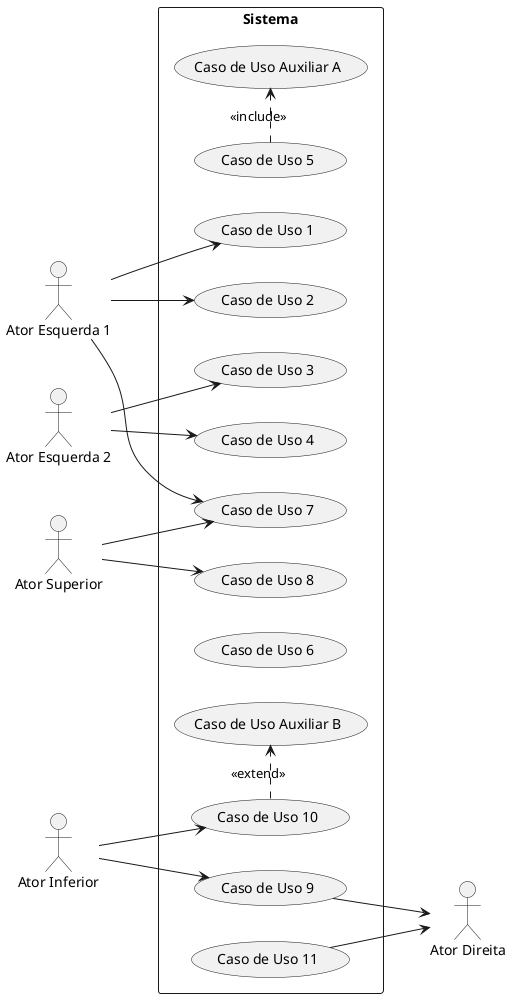
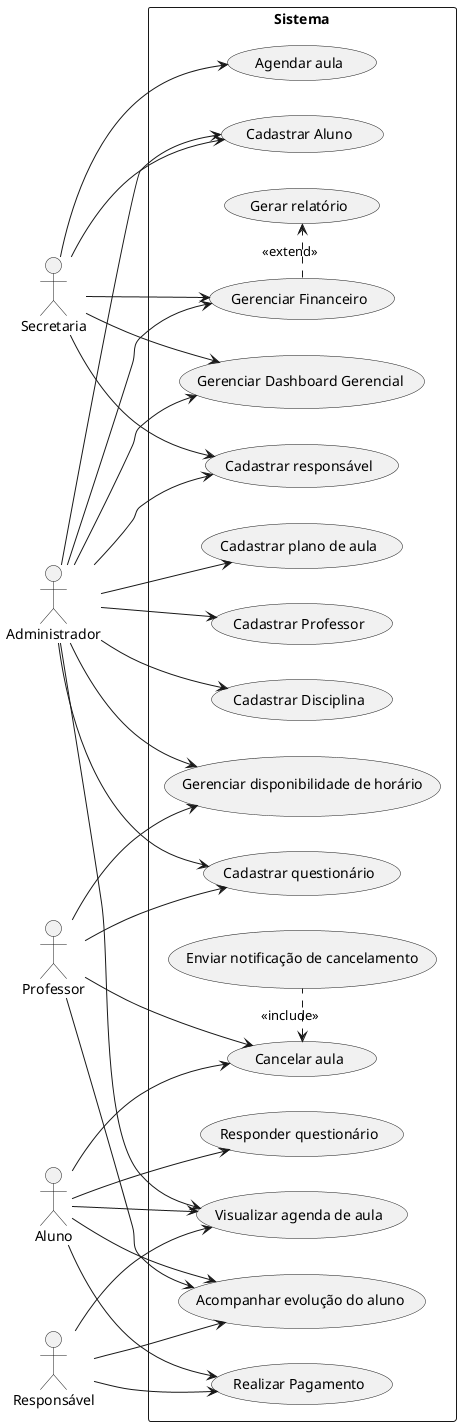
@startuml usecases
left to right direction

' --- ATORES ---
' Atores do lado esquerdo
- actor "Ator Esquerda 1" as AtorEsq1
- actor "Ator Esquerda 2" as AtorEsq2
+ actor "Administrador" as Admin
+ actor "Professor" as Professor

' Ator Superior e Inferior
- actor "Ator Superior" as AtorSup
- actor "Ator Inferior" as AtorInf
+ actor "Aluno" as Aluno
+ actor "Responsável" as Responsavel

' Ator do lado direito
- actor "Ator Direita" as AtorDir
+ actor "Secretaria" as Secretaria

' --- LIMITE DO SISTEMA ---
rectangle "Sistema" {

    ' Casos de Uso - Coluna Esquerda
-     usecase "Caso de Uso 1" as UC1
-     usecase "Caso de Uso 2" as UC2
-     usecase "Caso de Uso 3" as UC3
-     usecase "Caso de Uso 4" as UC4
-     usecase "Caso de Uso 5" as UC5
-     usecase "Caso de Uso 6" as UC6
+     usecase "Realizar Pagamento" as UC1
+     usecase "Acompanhar evolução do aluno" as UC2
+     usecase "Agendar aula" as UC3
+     usecase "Visualizar agenda de aula" as UC4
+     usecase "Cadastrar Disciplina" as UC5
+     usecase "Cadastrar plano de aula" as UC6

    ' Casos de Uso - Coluna Centro/Direita
-     usecase "Caso de Uso 7" as UC7
-     usecase "Caso de Uso 8" as UC8
-     usecase "Caso de Uso 9" as UC9
-     usecase "Caso de Uso 10" as UC10
-     usecase "Caso de Uso 11" as UC11
+     usecase "Cadastrar responsável" as UC7
+     usecase "Cadastrar Aluno" as UC8
+     usecase "Cadastrar Professor" as UC9
+     usecase "Gerenciar Financeiro" as UC10
+     usecase "Gerenciar Dashboard Gerencial" as UC11
+     usecase "Responder questionário" as UC12
+     usecase "Gerenciar disponibilidade de horário" as UC13
+     usecase "Cadastrar questionário" as UC14
+     usecase "Cancelar aula" as UC15

    ' Casos de uso avulsos que recebem setas tracejadas (includes/extends)
-     usecase "Caso de Uso Auxiliar A" as UCAuxA
-     usecase "Caso de Uso Auxiliar B" as UCAuxB
+     usecase "Enviar notificação de cancelamento" as UCAuxA
+     usecase "Gerar relatório" as UCAuxB
+ 
}

' --- RELACIONAMENTOS (ASSOCIAÇÕES) ---
' Nota: As linhas abaixo simulam os traços principais vistos na imagem.
' Ajuste conforme a necessidade real do seu diagrama.

- AtorEsq1 --> UC1
- AtorEsq1 --> UC2
- AtorEsq1 --> UC7
+ Responsavel --> UC1
+ Responsavel --> UC2
+ Responsavel --> UC4

- AtorEsq2 --> UC3
- AtorEsq2 --> UC4
+ Aluno --> UC1
+ Aluno --> UC2
+ Aluno --> UC4
+ Aluno --> UC12
+ Aluno --> UC15

- AtorSup --> UC7
- AtorSup --> UC8
+ Professor --> UC2
+ Professor --> UC13
+ Professor --> UC14
+ Professor --> UC15

- AtorInf --> UC9
- AtorInf --> UC10
+ Secretaria --> UC3
+ Secretaria --> UC7
+ Secretaria --> UC8
+ Secretaria --> UC10
+ Secretaria --> UC11

- UC9 --> AtorDir
- UC11 --> AtorDir
+ Admin --> UC4
+ Admin --> UC5
+ Admin --> UC6
+ Admin --> UC7
+ Admin --> UC8
+ Admin --> UC9
+ Admin --> UC10
+ Admin --> UC11
+ Admin --> UC13
+ Admin --> UC14

' --- RELACIONAMENTOS ESPECIAIS (INCLUDE / EXTEND) ---
' Representam as setas tracejadas com << ... >> na sua imagem
- UC5 .> UCAuxA : <<include>>
+ UC15 <. UCAuxA : <<include>>
UC10 .> UCAuxB : <<extend>>

' --- GENERALIZAÇÃO DE ATORES (Se houver) ---
' Há setas com triângulos vazios na imagem que parecem ligar atores,
' ou atores a casos de uso. Caso um ator herde de outro, use a sintaxe abaixo:
' AtorEsq2 --|> AtorEsq1

@enduml